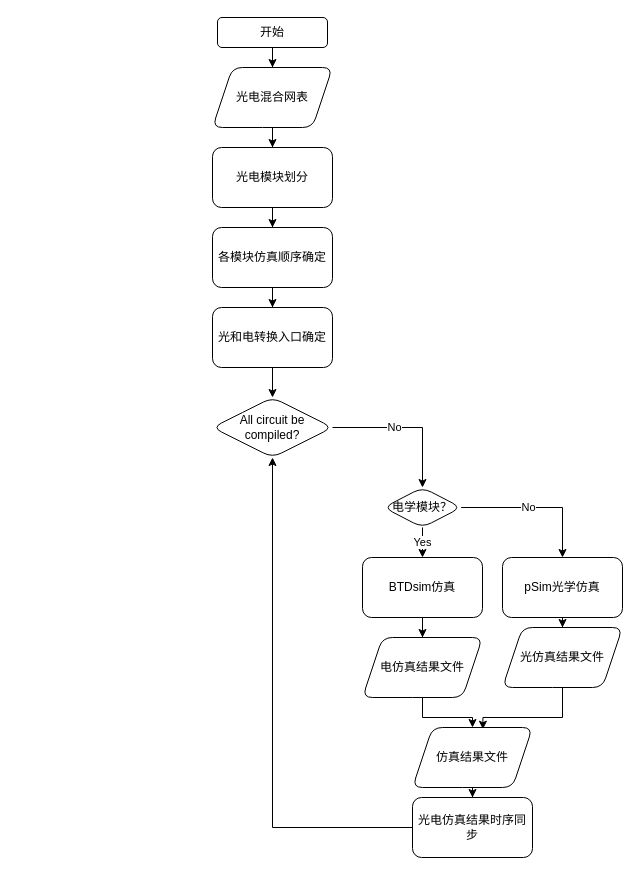
Above: co-simulation EO.drawio in Davidlihuang/DrawIODir (draw.io), before the change. Source tidied: cells renumbered, new cells numbered last; positions are measured from the earlier drawing's top-left corner, leaving out a move shared by most shapes. Both pictures are drawn from the tidied source at 100%, with x=0, y=0 at pixel (212, 17).
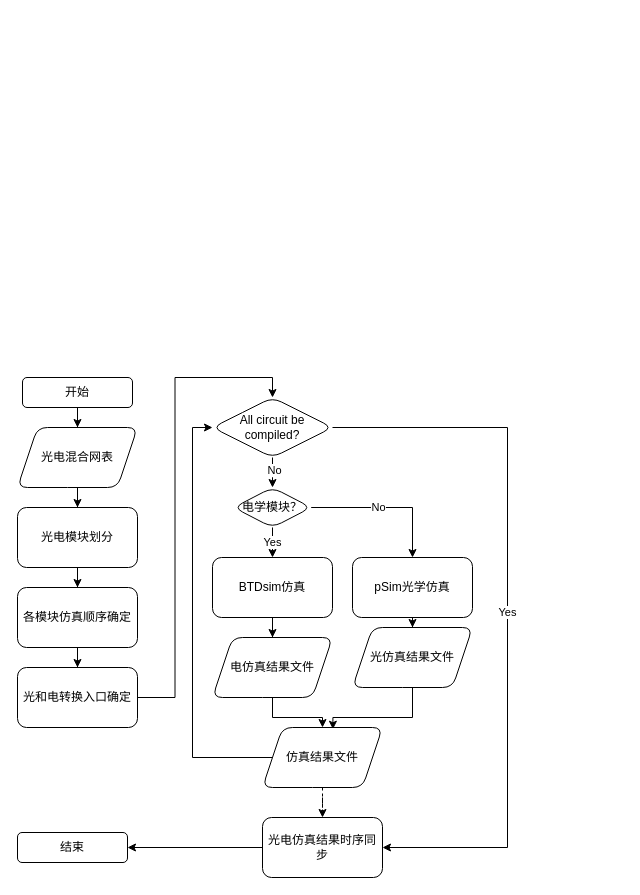
The same diagram, later.

Unchanged cells that the change refers to:
```xml
<mxCell id="14" value="All circuit be compiled?" style="rhombus;whiteSpace=wrap;html=1;rounded=1;" parent="1" vertex="1">
  <mxGeometry y="380" width="120" height="60" as="geometry" />
</mxCell>
```

Diff of the diagram source:
```diff
@@
     <mxCell id="3" value="开始" style="rounded=1;whiteSpace=wrap;html=1;" parent="1" vertex="1">
-      <mxGeometry x="5" width="110" height="30" as="geometry" />
+      <mxGeometry x="-190" y="360" width="110" height="30" as="geometry" />
     </mxCell>
@@
     <mxCell id="5" value="光电混合网表" style="shape=parallelogram;perimeter=parallelogramPerimeter;whiteSpace=wrap;html=1;fixedSize=1;rounded=1;" parent="1" vertex="1">
-      <mxGeometry y="50" width="120" height="60" as="geometry" />
+      <mxGeometry x="-195" y="410" width="120" height="60" as="geometry" />
     </mxCell>
@@
     <mxCell id="7" value="光电模块划分" style="whiteSpace=wrap;html=1;rounded=1;" parent="1" vertex="1">
-      <mxGeometry y="130" width="120" height="60" as="geometry" />
+      <mxGeometry x="-195" y="490" width="120" height="60" as="geometry" />
     </mxCell>
@@
     <mxCell id="9" value="各模块仿真顺序确定" style="whiteSpace=wrap;html=1;rounded=1;" parent="1" vertex="1">
-      <mxGeometry y="210" width="120" height="60" as="geometry" />
+      <mxGeometry x="-195" y="570" width="120" height="60" as="geometry" />
     </mxCell>
@@
     <mxCell id="11" value="光和电转换入口确定" style="whiteSpace=wrap;html=1;rounded=1;" parent="1" vertex="1">
-      <mxGeometry y="290" width="120" height="60" as="geometry" />
+      <mxGeometry x="-195" y="650" width="120" height="60" as="geometry" />
     </mxCell>
-    <mxCell id="12" style="edgeStyle=orthogonalEdgeStyle;rounded=0;jettySize=auto;html=1;exitX=1;exitY=0.5;exitDx=0;exitDy=0;" parent="1" edge="1" source="14" target="18">
+    <mxCell id="12" style="edgeStyle=orthogonalEdgeStyle;rounded=0;jettySize=auto;html=1;exitX=0.5;exitY=1;exitDx=0;exitDy=0;" parent="1" edge="1" source="14" target="18">
       <mxGeometry relative="1" as="geometry" />
     </mxCell>
@@
+    <mxCell id="31" value="Yes&lt;br&gt;" style="edgeStyle=orthogonalEdgeStyle;rounded=0;jettySize=auto;html=1;entryX=1;entryY=0.5;entryDx=0;entryDy=0;exitX=1;exitY=0.5;exitDx=0;exitDy=0;" parent="1" edge="1" source="14" target="30">
+      <mxGeometry relative="1" as="geometry">
+        <Array as="points">
+          <mxPoint x="295" y="410" />
+          <mxPoint x="295" y="830" />
+        </Array>
+      </mxGeometry>
+    </mxCell>
@@
     <mxCell id="16" style="edgeStyle=orthogonalEdgeStyle;rounded=0;jettySize=auto;html=1;" parent="1" edge="1" source="18" target="22">
       <mxGeometry relative="1" as="geometry">
         <Array as="points">
-          <mxPoint x="350" y="490" />
+          <mxPoint x="200" y="490" />
         </Array>
       </mxGeometry>
     </mxCell>
@@
     <mxCell id="18" value="电学模块？" style="rhombus;whiteSpace=wrap;html=1;rounded=1;" parent="1" vertex="1">
-      <mxGeometry x="171.2" y="470" width="77.5" height="40" as="geometry" />
+      <mxGeometry x="21.2" y="470" width="77.5" height="40" as="geometry" />
     </mxCell>
@@
     <mxCell id="20" value="BTDsim仿真" style="whiteSpace=wrap;html=1;rounded=1;" parent="1" vertex="1">
-      <mxGeometry x="150" y="540" width="120" height="60" as="geometry" />
+      <mxGeometry y="540" width="120" height="60" as="geometry" />
     </mxCell>
@@
     <mxCell id="22" value="pSim光学仿真" style="whiteSpace=wrap;html=1;rounded=1;" parent="1" vertex="1">
-      <mxGeometry x="290" y="540" width="120" height="60" as="geometry" />
+      <mxGeometry x="140" y="540" width="120" height="60" as="geometry" />
     </mxCell>
@@
     <mxCell id="24" value="电仿真结果文件" style="shape=parallelogram;perimeter=parallelogramPerimeter;whiteSpace=wrap;html=1;fixedSize=1;rounded=1;" parent="1" vertex="1">
-      <mxGeometry x="150" y="620" width="120" height="60" as="geometry" />
+      <mxGeometry y="620" width="120" height="60" as="geometry" />
     </mxCell>
     <mxCell id="25" style="edgeStyle=orthogonalEdgeStyle;rounded=0;jettySize=auto;html=1;entryX=0.587;entryY=0.029;entryDx=0;entryDy=0;entryPerimeter=0;" parent="1" edge="1" source="26" target="28">
       <mxGeometry relative="1" as="geometry">
         <Array as="points">
-          <mxPoint x="350" y="700" />
-          <mxPoint x="270" y="700" />
+          <mxPoint x="200" y="700" />
+          <mxPoint x="120" y="700" />
         </Array>
       </mxGeometry>
     </mxCell>
     <mxCell id="26" value="光仿真结果文件" style="shape=parallelogram;perimeter=parallelogramPerimeter;whiteSpace=wrap;html=1;fixedSize=1;rounded=1;" parent="1" vertex="1">
-      <mxGeometry x="290" y="610" width="120" height="60" as="geometry" />
+      <mxGeometry x="140" y="610" width="120" height="60" as="geometry" />
     </mxCell>
-    <mxCell id="27" style="edgeStyle=orthogonalEdgeStyle;rounded=0;jettySize=auto;html=1;entryX=0.5;entryY=0;entryDx=0;entryDy=0;" parent="1" edge="1" source="28" target="30">
+    <mxCell id="27" style="edgeStyle=orthogonalEdgeStyle;rounded=0;jettySize=auto;html=1;entryX=0.5;entryY=0;entryDx=0;entryDy=0;dashed=1;" parent="1" edge="1" source="28" target="30">
       <mxGeometry relative="1" as="geometry" />
     </mxCell>
+    <mxCell id="32" style="edgeStyle=orthogonalEdgeStyle;rounded=0;jettySize=auto;html=1;entryX=0;entryY=0.5;entryDx=0;entryDy=0;" parent="1" edge="1" source="28" target="14">
+      <mxGeometry relative="1" as="geometry">
+        <Array as="points">
+          <mxPoint x="-20" y="740" />
+          <mxPoint x="-20" y="410" />
+        </Array>
+      </mxGeometry>
+    </mxCell>
     <mxCell id="28" value="仿真结果文件" style="shape=parallelogram;perimeter=parallelogramPerimeter;whiteSpace=wrap;html=1;fixedSize=1;rounded=1;" parent="1" vertex="1">
-      <mxGeometry x="200" y="710" width="120" height="60" as="geometry" />
+      <mxGeometry x="50" y="710" width="120" height="60" as="geometry" />
     </mxCell>
-    <mxCell id="29" style="edgeStyle=orthogonalEdgeStyle;rounded=0;jettySize=auto;html=1;entryX=0.5;entryY=1;entryDx=0;entryDy=0;" parent="1" edge="1" source="30" target="14">
-      <mxGeometry relative="1" as="geometry" />
-    </mxCell>
+    <mxCell id="33" style="edgeStyle=orthogonalEdgeStyle;rounded=0;jettySize=auto;html=1;entryX=1;entryY=0.5;entryDx=0;entryDy=0;" parent="1" edge="1" source="30" target="34">
+      <mxGeometry relative="1" as="geometry" />
+    </mxCell>
     <mxCell id="30" value="光电仿真结果时序同步" style="whiteSpace=wrap;html=1;rounded=1;" parent="1" vertex="1">
-      <mxGeometry x="200" y="780" width="120" height="60" as="geometry" />
+      <mxGeometry x="50" y="800" width="120" height="60" as="geometry" />
     </mxCell>
+    <mxCell id="34" value="结束" style="rounded=1;whiteSpace=wrap;html=1;" parent="1" vertex="1">
+      <mxGeometry x="-195" y="815" width="110" height="30" as="geometry" />
+    </mxCell>
```
